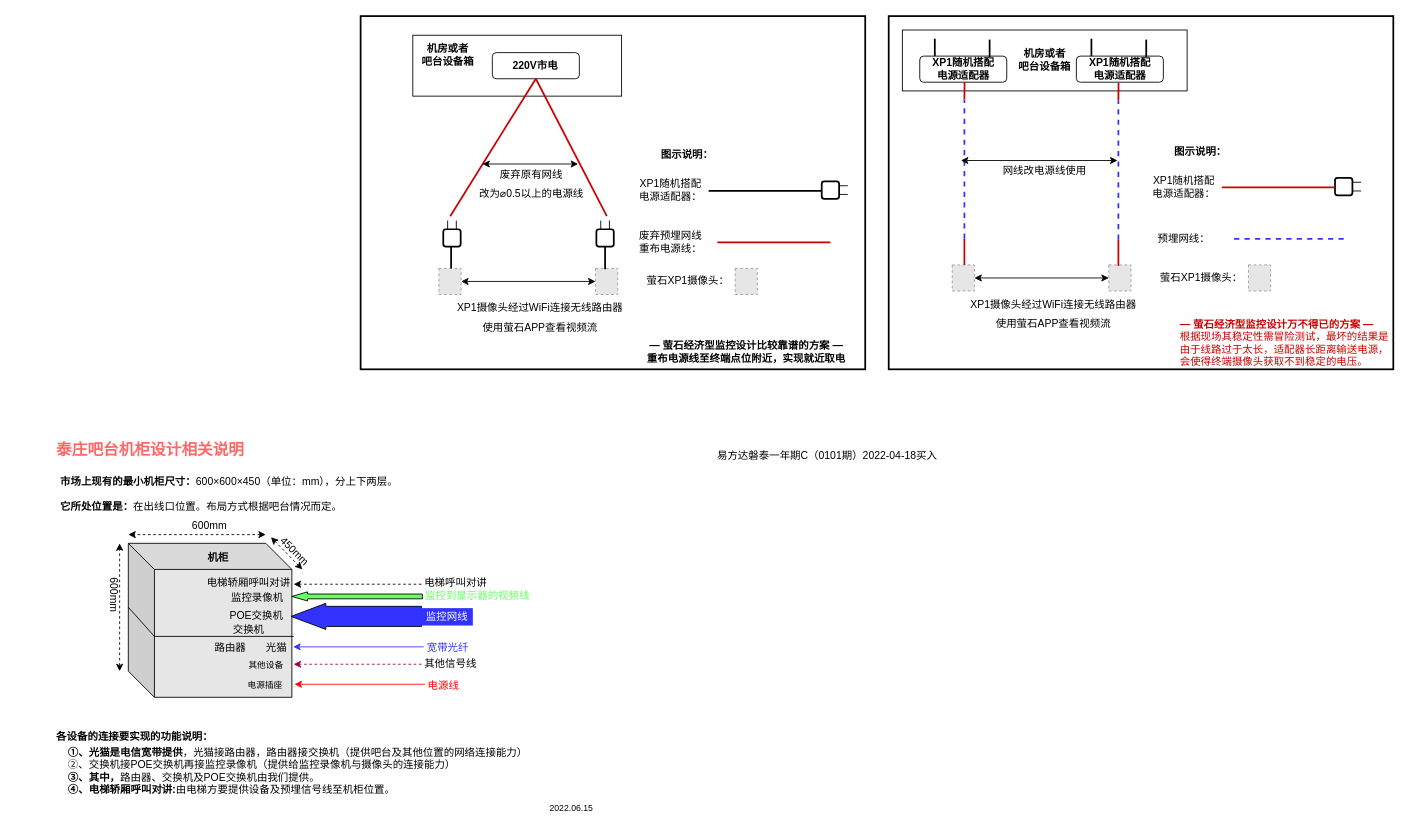
Above: 萤石XP1网线当电源线的使用方案.drawio in UTOUUCENTER-CD/Aqara (draw.io), before the change. Source tidied: cells renumbered, new cells numbered last; positions are measured from the earlier drawing's top-left corner, leaving out a move shared by most shapes. Both pictures are drawn from the tidied source at 87%, with x=0, y=0 at pixel (47, 16). Pictures stored in the file or linked from it are replaced by grey dashed boxes.
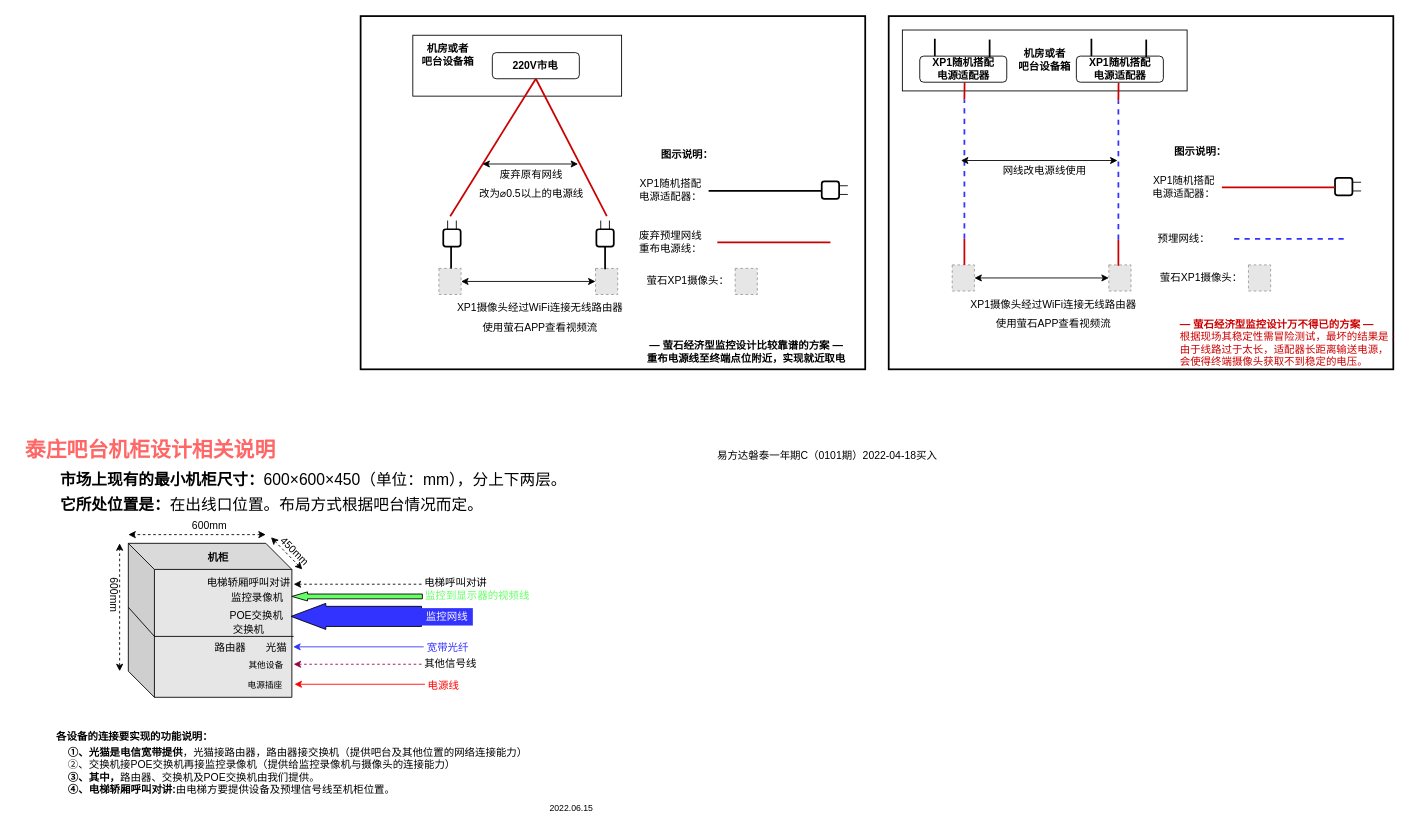
The same diagram, later.

Commit message:
更新萤石XP1网线当电源线的使用方案.drawio

The edit, as a diff of the source:
```diff
@@
-    <mxCell id="86" value="&lt;b&gt;市场上现有的最小机柜尺寸：&lt;/b&gt;600×600×450（单位：mm），分上下两层。&lt;br&gt;&lt;br&gt;&lt;b&gt;它所处位置是：&lt;/b&gt;在出线口位置。布局方式根据吧台情况而定。" style="text;html=1;align=left;verticalAlign=middle;strokeColor=none;fillColor=none;" parent="1" vertex="1">
-      <mxGeometry x="13" y="524" width="410" height="50" as="geometry" />
+    <mxCell id="86" value="&lt;font style=&quot;font-size: 18px; line-height: 50%;&quot;&gt;&lt;b&gt;市场上现有的最小机柜尺寸：&lt;/b&gt;600×600×450（单位：mm），分上下两层。&lt;br&gt;&lt;br&gt;&lt;b&gt;它所处位置是：&lt;/b&gt;在出线口位置。布局方式根据吧台情况而定。&lt;/font&gt;" style="text;html=1;align=left;verticalAlign=middle;strokeColor=none;fillColor=none;" parent="1" vertex="1">
+      <mxGeometry x="13" y="519" width="610" height="60" as="geometry" />
     </mxCell>
-    <mxCell id="87" value="&lt;font color=&quot;#ff6666&quot; style=&quot;font-size: 18px;&quot;&gt;&lt;b&gt;泰庄吧台机柜设计相关说明&lt;/b&gt;&lt;/font&gt;" style="text;html=1;align=center;verticalAlign=middle;strokeColor=none;fillColor=none;fontColor=#3333FF;" parent="1" vertex="1">
-      <mxGeometry x="3" y="489" width="230" height="20" as="geometry" />
+    <mxCell id="87" value="&lt;font color=&quot;#ff6666&quot; style=&quot;font-size: 24px;&quot;&gt;&lt;b style=&quot;&quot;&gt;泰庄吧台机柜设计相关说明&lt;/b&gt;&lt;/font&gt;" style="text;html=1;align=center;verticalAlign=middle;strokeColor=none;fillColor=none;fontColor=#3333FF;" parent="1" vertex="1">
+      <mxGeometry x="-37" y="479" width="310" height="40" as="geometry" />
     </mxCell>
```
